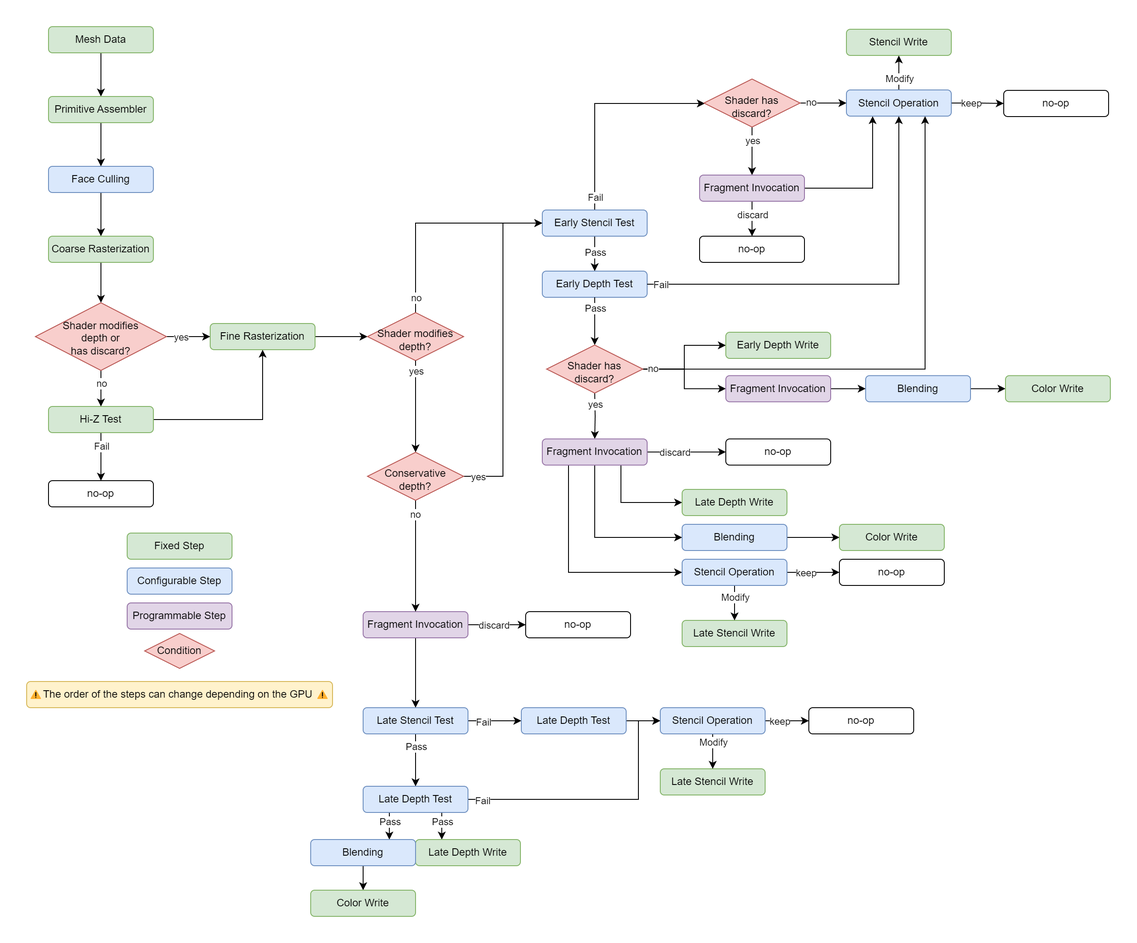
Earlier version of the draw.io export docs/assets/Images/Rasterization.png (alelievr/Modern-Rendering-Introduction). Source tidied: cells renumbered, new cells last; positions are measured from the earlier drawing's top-left corner, leaving out a move shared by most shapes.
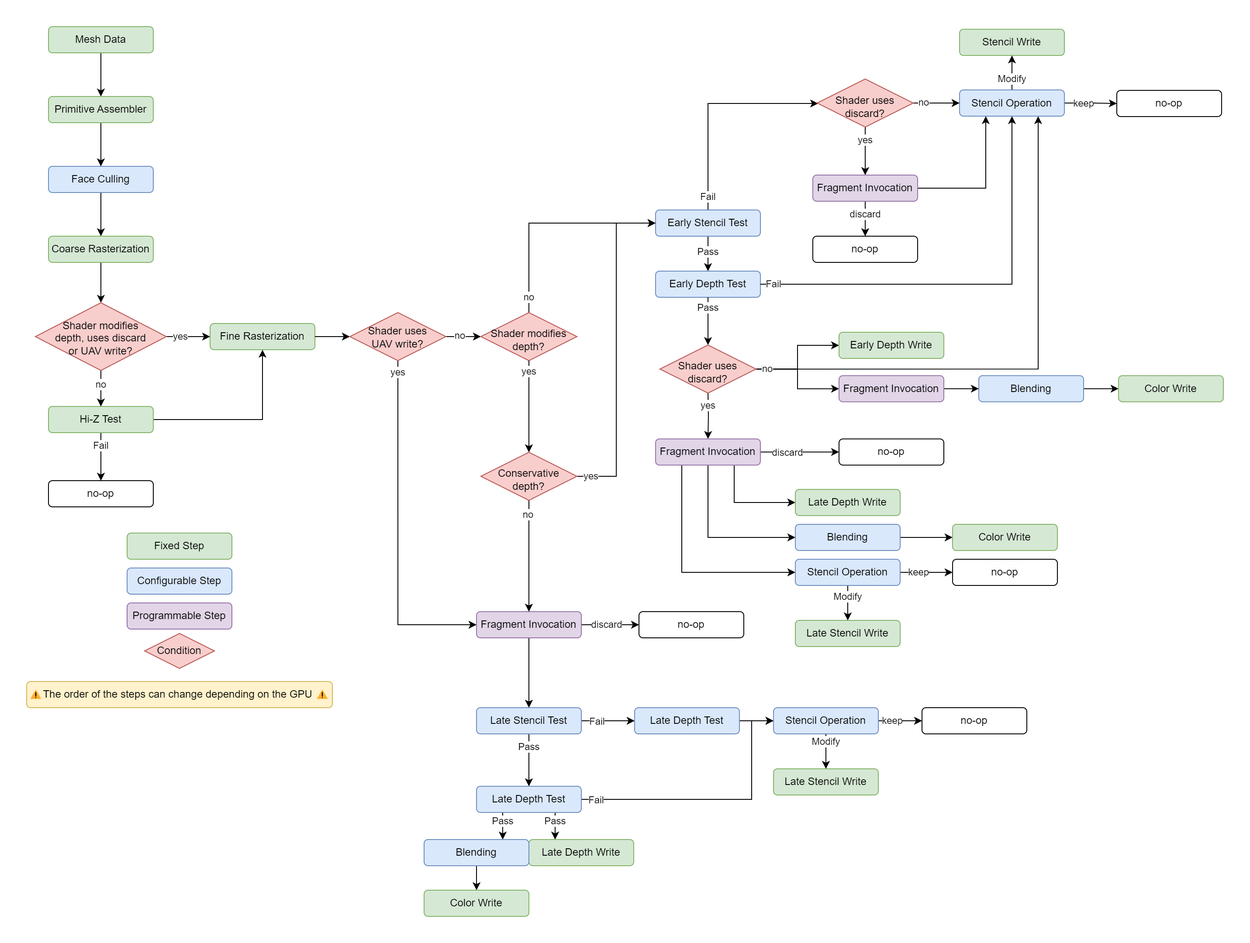
Above is the later version.

Commit message:
Update rasterization refs

Change to the diagram source:
```diff
@@ -6,19 +6,19 @@
       <mxGeometry relative="1" as="geometry" />
     </mxCell>
     <mxCell id="3" value="Mesh Data" style="rounded=1;whiteSpace=wrap;html=1;fillColor=#d5e8d4;strokeColor=#82b366;" parent="1" vertex="1">
-      <mxGeometry x="25" width="120" height="30" as="geometry" />
+      <mxGeometry x="-105" width="120" height="30" as="geometry" />
     </mxCell>
     <mxCell id="4" style="edgeStyle=orthogonalEdgeStyle;rounded=0;jettySize=auto;html=1;curved=1;" parent="1" edge="1" source="5" target="7">
       <mxGeometry relative="1" as="geometry" />
     </mxCell>
     <mxCell id="5" value="Primitive Assembler" style="rounded=1;whiteSpace=wrap;html=1;fillColor=#d5e8d4;strokeColor=#82b366;" parent="1" vertex="1">
-      <mxGeometry x="25" y="80" width="120" height="30" as="geometry" />
+      <mxGeometry x="-105" y="80" width="120" height="30" as="geometry" />
     </mxCell>
     <mxCell id="6" style="edgeStyle=orthogonalEdgeStyle;rounded=0;jettySize=auto;html=1;" parent="1" edge="1" source="7" target="42">
       <mxGeometry relative="1" as="geometry" />
     </mxCell>
     <mxCell id="7" value="Face Culling" style="rounded=1;whiteSpace=wrap;html=1;fillColor=#dae8fc;strokeColor=#6c8ebf;" parent="1" vertex="1">
-      <mxGeometry x="25" y="160" width="120" height="30" as="geometry" />
+      <mxGeometry x="-105" y="160" width="120" height="30" as="geometry" />
     </mxCell>
     <mxCell id="8" style="edgeStyle=orthogonalEdgeStyle;rounded=0;jettySize=auto;html=1;exitX=1;exitY=0.5;exitDx=0;exitDy=0;" parent="1" edge="1" source="11" target="57">
       <mxGeometry relative="1" as="geometry" />
@@ -73,13 +73,13 @@
       <mxGeometry x="1120" y="399.7" width="120" height="30" as="geometry" />
     </mxCell>
     <mxCell id="22" value="Fixed Step" style="rounded=1;whiteSpace=wrap;html=1;fillColor=#d5e8d4;strokeColor=#82b366;" parent="1" vertex="1">
-      <mxGeometry x="115" y="580" width="120" height="30" as="geometry" />
+      <mxGeometry x="-15" y="580" width="120" height="30" as="geometry" />
     </mxCell>
     <mxCell id="23" value="Configurable Step" style="rounded=1;whiteSpace=wrap;html=1;fillColor=#dae8fc;strokeColor=#6c8ebf;" parent="1" vertex="1">
-      <mxGeometry x="115" y="620" width="120" height="30" as="geometry" />
+      <mxGeometry x="-15" y="620" width="120" height="30" as="geometry" />
     </mxCell>
     <mxCell id="24" value="Programmable Step" style="rounded=1;whiteSpace=wrap;html=1;fillColor=#e1d5e7;strokeColor=#9673a6;" parent="1" vertex="1">
-      <mxGeometry x="115" y="660" width="120" height="30" as="geometry" />
+      <mxGeometry x="-15" y="660" width="120" height="30" as="geometry" />
     </mxCell>
     <mxCell id="25" style="edgeStyle=orthogonalEdgeStyle;rounded=0;jettySize=auto;html=1;" parent="1" edge="1" source="31" target="91">
       <mxGeometry relative="1" as="geometry" />
@@ -139,13 +139,18 @@
       <mxGeometry relative="1" as="geometry" />
     </mxCell>
     <mxCell id="42" value="Coarse Rasterization" style="rounded=1;whiteSpace=wrap;html=1;fillColor=#d5e8d4;strokeColor=#82b366;" parent="1" vertex="1">
-      <mxGeometry x="25" y="240" width="120" height="30" as="geometry" />
+      <mxGeometry x="-105" y="240" width="120" height="30" as="geometry" />
     </mxCell>
-    <mxCell id="43" style="edgeStyle=orthogonalEdgeStyle;rounded=0;jettySize=auto;html=1;exitX=1;exitY=0.5;exitDx=0;exitDy=0;" parent="1" edge="1" source="44" target="56">
+    <mxCell id="43" style="edgeStyle=orthogonalEdgeStyle;rounded=0;jettySize=auto;html=1;exitX=1;exitY=0.5;exitDx=0;exitDy=0;" parent="1" edge="1" source="130" target="56">
       <mxGeometry relative="1" as="geometry" />
     </mxCell>
+    <mxCell id="126" value="no" style="edgeLabel;html=1;align=center;verticalAlign=middle;" parent="43" vertex="1">
+      <mxGeometry x="-0.29" y="-1" relative="1" as="geometry">
+        <mxPoint x="1" y="-2" as="offset" />
+      </mxGeometry>
+    </mxCell>
     <mxCell id="44" value="Fine Rasterization" style="rounded=1;whiteSpace=wrap;html=1;fillColor=#d5e8d4;strokeColor=#82b366;" parent="1" vertex="1">
-      <mxGeometry x="210" y="340" width="120" height="30" as="geometry" />
+      <mxGeometry x="80" y="340" width="120" height="30" as="geometry" />
     </mxCell>
     <mxCell id="45" style="edgeStyle=orthogonalEdgeStyle;rounded=0;jettySize=auto;html=1;" parent="1" edge="1" source="49" target="44">
       <mxGeometry relative="1" as="geometry" />
@@ -164,13 +169,13 @@
       </mxGeometry>
     </mxCell>
     <mxCell id="49" value="Hi-Z Test" style="rounded=1;whiteSpace=wrap;html=1;fillColor=#d5e8d4;strokeColor=#82b366;" parent="1" vertex="1">
-      <mxGeometry x="25" y="435" width="120" height="30" as="geometry" />
+      <mxGeometry x="-105" y="435" width="120" height="30" as="geometry" />
     </mxCell>
     <mxCell id="50" value="no-op" style="rounded=1;whiteSpace=wrap;html=1;" parent="1" vertex="1">
-      <mxGeometry x="25" y="520" width="120" height="30" as="geometry" />
+      <mxGeometry x="-105" y="520" width="120" height="30" as="geometry" />
     </mxCell>
     <mxCell id="51" value="Condition" style="rhombus;whiteSpace=wrap;html=1;fillColor=#f8cecc;strokeColor=#b85450;" parent="1" vertex="1">
-      <mxGeometry x="135" y="695" width="80" height="40" as="geometry" />
+      <mxGeometry x="5" y="695" width="80" height="40" as="geometry" />
     </mxCell>
     <mxCell id="52" style="edgeStyle=orthogonalEdgeStyle;rounded=0;jettySize=auto;html=1;exitX=0.5;exitY=0;exitDx=0;exitDy=0;entryX=0;entryY=0.5;entryDx=0;entryDy=0;" parent="1" edge="1" source="56" target="16">
       <mxGeometry relative="1" as="geometry" />
@@ -221,7 +226,7 @@
         <mxPoint x="-1" y="13" as="offset" />
       </mxGeometry>
     </mxCell>
-    <mxCell id="65" value="&lt;span style=&quot;background-color: initial;&quot;&gt;Shader has discard?&lt;/span&gt;" style="rhombus;whiteSpace=wrap;html=1;fillColor=#f8cecc;strokeColor=#b85450;spacingTop=8;" parent="1" vertex="1">
+    <mxCell id="65" value="&lt;span style=&quot;background-color: initial;&quot;&gt;Shader uses discard?&lt;/span&gt;" style="rhombus;whiteSpace=wrap;html=1;fillColor=#f8cecc;strokeColor=#b85450;spacingTop=8;" parent="1" vertex="1">
       <mxGeometry x="775" y="60" width="110" height="55" as="geometry" />
     </mxCell>
     <mxCell id="66" style="edgeStyle=orthogonalEdgeStyle;rounded=0;jettySize=auto;html=1;" parent="1" edge="1" source="68" target="69">
@@ -297,7 +302,7 @@
       <mxGeometry x="750" y="610" width="120" height="30" as="geometry" />
     </mxCell>
     <mxCell id="86" value="⚠️The order of the steps can change depending on the GPU&amp;nbsp;⚠️" style="rounded=1;whiteSpace=wrap;html=1;fillColor=#fff2cc;strokeColor=#d6b656;" parent="1" vertex="1">
-      <mxGeometry y="750" width="350" height="30" as="geometry" />
+      <mxGeometry x="-130" y="750" width="350" height="30" as="geometry" />
     </mxCell>
     <mxCell id="87" style="edgeStyle=orthogonalEdgeStyle;rounded=0;jettySize=auto;html=1;exitX=0.75;exitY=1;exitDx=0;exitDy=0;entryX=0.25;entryY=0;entryDx=0;entryDy=0;" parent="1" edge="1" source="91" target="92">
       <mxGeometry relative="1" as="geometry" />
@@ -378,8 +383,8 @@
         <mxPoint x="12" as="offset" />
       </mxGeometry>
     </mxCell>
-    <mxCell id="109" value="&lt;span style=&quot;background-color: initial;&quot;&gt;Shader modifies&lt;/span&gt;&lt;div&gt;&lt;span style=&quot;background-color: initial;&quot;&gt;depth or&lt;/span&gt;&lt;/div&gt;&lt;div&gt;&lt;span style=&quot;background-color: initial;&quot;&gt;has discard?&lt;/span&gt;&lt;/div&gt;" style="rhombus;whiteSpace=wrap;html=1;fillColor=#f8cecc;strokeColor=#b85450;spacingTop=3;" parent="1" vertex="1">
-      <mxGeometry x="10" y="316.2" width="150" height="77.5" as="geometry" />
+    <mxCell id="109" value="&lt;span style=&quot;background-color: initial;&quot;&gt;Shader modifies&lt;/span&gt;&lt;div&gt;&lt;span style=&quot;background-color: initial;&quot;&gt;depth, uses&lt;/span&gt;&lt;span style=&quot;background-color: initial;&quot;&gt;&amp;nbsp;discard&lt;/span&gt;&lt;/div&gt;&lt;div&gt;&lt;span style=&quot;background-color: initial;&quot;&gt;or UAV write?&lt;/span&gt;&lt;/div&gt;" style="rhombus;whiteSpace=wrap;html=1;fillColor=#f8cecc;strokeColor=#b85450;spacingTop=3;" parent="1" vertex="1">
+      <mxGeometry x="-120" y="316.2" width="150" height="77.5" as="geometry" />
     </mxCell>
     <mxCell id="110" style="edgeStyle=orthogonalEdgeStyle;rounded=0;jettySize=auto;html=1;exitX=1;exitY=0.5;exitDx=0;exitDy=0;entryX=0.5;entryY=1;entryDx=0;entryDy=0;" parent="1" edge="1" source="34" target="40">
       <mxGeometry relative="1" as="geometry">
@@ -428,7 +433,7 @@
         <mxPoint x="-2" y="-1" as="offset" />
       </mxGeometry>
     </mxCell>
-    <mxCell id="121" value="&lt;span style=&quot;background-color: initial;&quot;&gt;Shader has discard?&lt;/span&gt;" style="rhombus;whiteSpace=wrap;html=1;fillColor=#f8cecc;strokeColor=#b85450;spacingTop=8;" parent="1" vertex="1">
+    <mxCell id="121" value="&lt;span style=&quot;background-color: initial;&quot;&gt;Shader uses discard?&lt;/span&gt;" style="rhombus;whiteSpace=wrap;html=1;fillColor=#f8cecc;strokeColor=#b85450;spacingTop=8;" parent="1" vertex="1">
       <mxGeometry x="595" y="364.7" width="110" height="55" as="geometry" />
     </mxCell>
     <mxCell id="122" style="edgeStyle=orthogonalEdgeStyle;rounded=0;jettySize=auto;html=1;" parent="1" edge="1" source="123" target="124">
@@ -443,5 +448,17 @@
     <mxCell id="125" value="Late Depth Write" style="rounded=1;whiteSpace=wrap;html=1;fillColor=#d5e8d4;strokeColor=#82b366;" parent="1" vertex="1">
       <mxGeometry x="750" y="530" width="120" height="30" as="geometry" />
     </mxCell>
+    <mxCell id="127" style="edgeStyle=orthogonalEdgeStyle;rounded=0;jettySize=auto;html=1;exitX=1;exitY=0.5;exitDx=0;exitDy=0;" parent="1" edge="1" source="44" target="130">
+      <mxGeometry relative="1" as="geometry" />
+    </mxCell>
+    <mxCell id="128" style="edgeStyle=orthogonalEdgeStyle;rounded=0;jettySize=auto;html=1;exitX=0.5;exitY=1;exitDx=0;exitDy=0;entryX=0;entryY=0.5;entryDx=0;entryDy=0;" parent="1" edge="1" source="130" target="11">
+      <mxGeometry relative="1" as="geometry" />
+    </mxCell>
+    <mxCell id="129" value="yes" style="edgeLabel;html=1;align=center;verticalAlign=middle;" parent="128" vertex="1">
+      <mxGeometry x="-0.93" relative="1" as="geometry" />
+    </mxCell>
+    <mxCell id="130" value="&lt;span style=&quot;background-color: initial;&quot;&gt;Shader&amp;nbsp;&lt;/span&gt;uses&lt;div&gt;&lt;span style=&quot;background-color: initial;&quot;&gt;UAV write?&lt;/span&gt;&lt;/div&gt;" style="rhombus;whiteSpace=wrap;html=1;fillColor=#f8cecc;strokeColor=#b85450;spacingTop=1;" parent="1" vertex="1">
+      <mxGeometry x="240" y="327.5" width="110" height="55" as="geometry" />
+    </mxCell>
   </root>
 </mxGraphModel>
```
